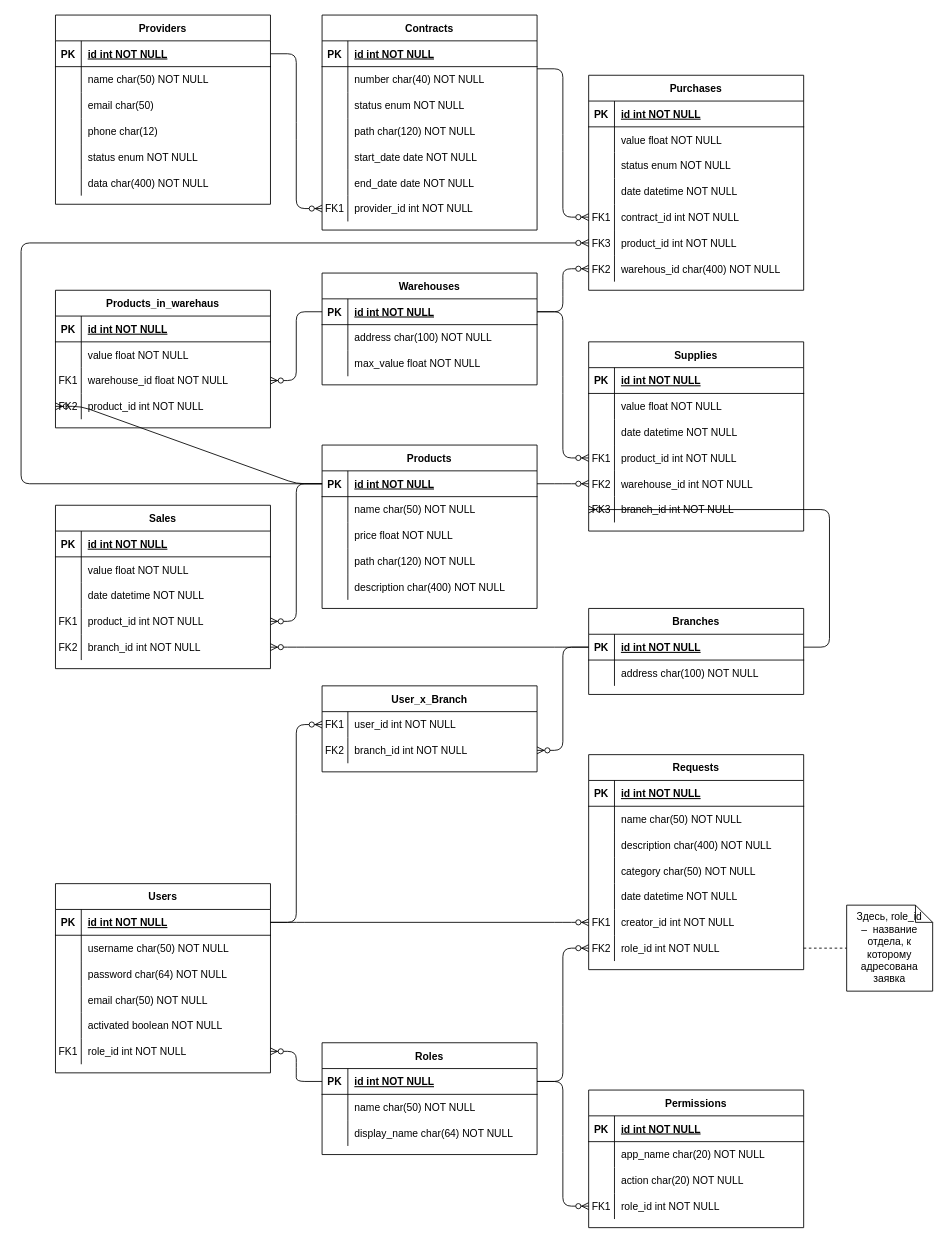
kzagorulko/flower-system keeps this draw.io diagram as artifacts/erd_v1.drawio. Above is the earlier version. Source tidied: cells renumbered, new cells numbered last; positions are measured from the earlier drawing's top-left corner, leaving out a move shared by most shapes. Both pictures are drawn from the tidied source at 86%, with x=0, y=0 at pixel (21, 15).
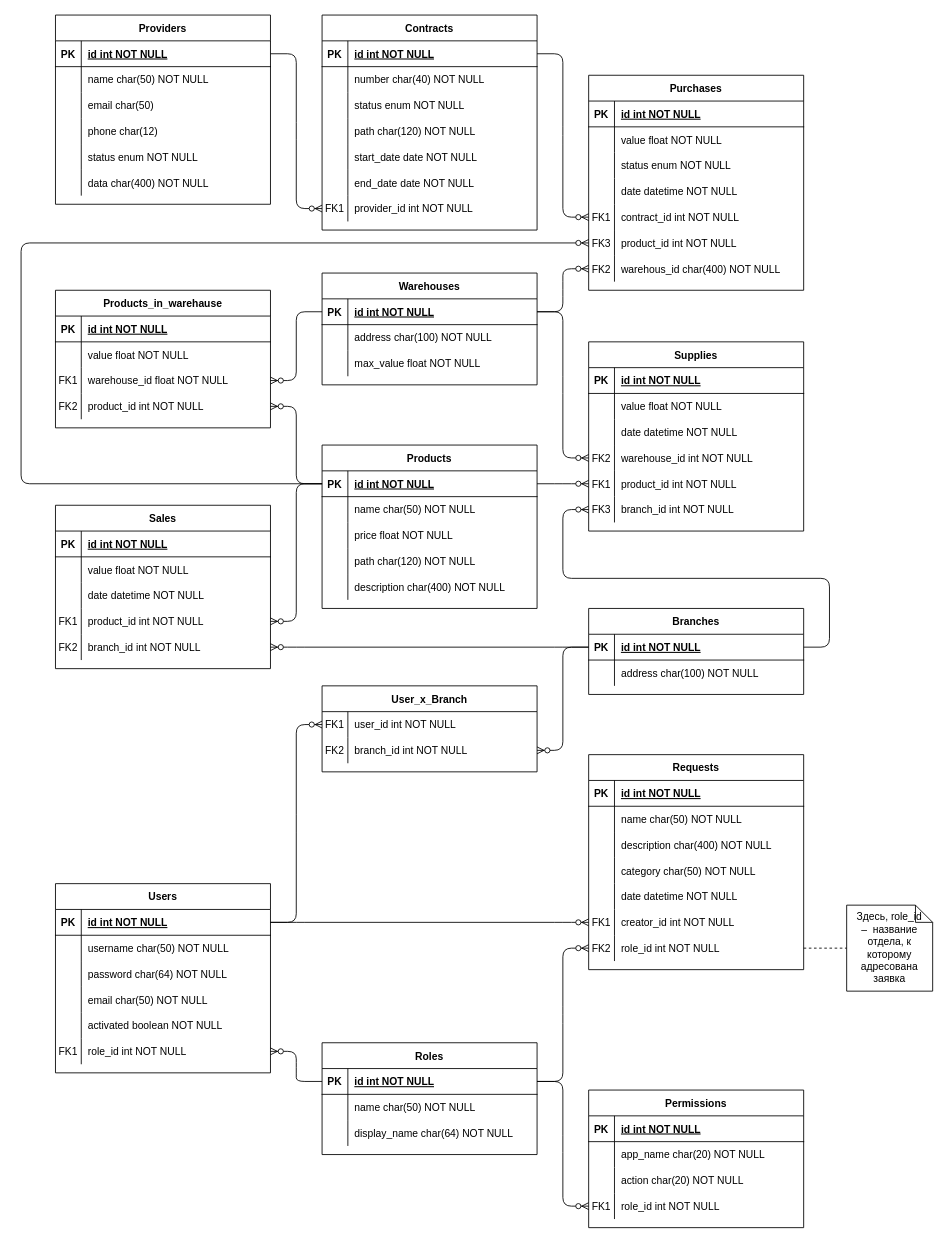
The same diagram, later.

The change refers to these unchanged cells:
```xml
<mxCell id="68" value="Contracts" style="shape=table;startSize=30;childLayout=tableLayout;rowLines=0;fontStyle=1;align=center;" parent="1" vertex="1">
  <mxGeometry x="350" width="250" height="250" as="geometry" />
</mxCell>
<mxCell id="69" style="shape=partialRectangle;fillColor=none;points=[[0,0.5],[1,0.5]];portConstraint=eastwest;top=0;left=0;right=0;bottom=1;" parent="68" vertex="1">
  <mxGeometry y="30" width="250" height="30" as="geometry" />
</mxCell>
<mxCell id="110" style="shape=partialRectangle;fillColor=none;points=[[0,0.5],[1,0.5]];portConstraint=eastwest;top=0;left=0;right=0;bottom=1;" parent="109" vertex="1">
  <mxGeometry y="30" width="250" height="30" as="geometry" />
</mxCell>
<mxCell id="126" style="shape=partialRectangle;fillColor=none;points=[[0,0.5],[1,0.5]];portConstraint=eastwest;top=0;left=0;right=0;bottom=1;" parent="125" vertex="1">
  <mxGeometry y="30" width="250" height="30" as="geometry" />
</mxCell>
<mxCell id="145" style="shape=partialRectangle;fillColor=none;points=[[0,0.5],[1,0.5]];portConstraint=eastwest;top=0;left=0;right=0;bottom=0;" parent="135" vertex="1">
  <mxGeometry y="120" width="250" height="30" as="geometry" />
</mxCell>
<mxCell id="149" style="shape=partialRectangle;fillColor=none;points=[[0,0.5],[1,0.5]];portConstraint=eastwest;top=0;left=0;right=0;bottom=1;" parent="148" vertex="1">
  <mxGeometry y="30" width="250" height="30" as="geometry" />
</mxCell>
<mxCell id="173" value="Supplies" style="shape=table;startSize=30;childLayout=tableLayout;rowLines=0;fontStyle=1;align=center;" parent="1" vertex="1">
  <mxGeometry x="660" y="380" width="250" height="220" as="geometry" />
</mxCell>
<mxCell id="189" style="shape=partialRectangle;fillColor=none;points=[[0,0.5],[1,0.5]];portConstraint=eastwest;top=0;left=0;right=0;bottom=0;" parent="173" vertex="1">
  <mxGeometry y="180" width="250" height="30" as="geometry" />
</mxCell>
<mxCell id="205" style="shape=partialRectangle;fillColor=none;points=[[0,0.5],[1,0.5]];portConstraint=eastwest;top=0;left=0;right=0;bottom=0;" parent="192" vertex="1">
  <mxGeometry y="150" width="250" height="30" as="geometry" />
</mxCell>
```

Change to the diagram source:
```diff
@@
-    <mxCell id="51" style="edgeStyle=entityRelationEdgeStyle;fontSize=12;html=1;endArrow=ERzeroToMany;endFill=1;entryX=0;entryY=0.5;entryDx=0;entryDy=0;exitX=1;exitY=0.25;exitDx=0;exitDy=0;" parent="1" edge="1" source="68" target="205">
+    <mxCell id="51" style="edgeStyle=entityRelationEdgeStyle;fontSize=12;html=1;endArrow=ERzeroToMany;endFill=1;entryX=0;entryY=0.5;entryDx=0;entryDy=0;" parent="1" edge="1" source="69" target="205">
       <mxGeometry relative="1" as="geometry" />
     </mxCell>
@@
-    <mxCell id="54" style="edgeStyle=entityRelationEdgeStyle;fontSize=12;html=1;endArrow=ERzeroToMany;endFill=1;entryX=0;entryY=0.5;entryDx=0;entryDy=0;" parent="1" edge="1" source="110" target="145">
+    <mxCell id="54" style="edgeStyle=entityRelationEdgeStyle;fontSize=12;html=1;endArrow=ERzeroToMany;endFill=1;" parent="1" edge="1" source="110" target="145">
       <mxGeometry relative="1" as="geometry" />
     </mxCell>
@@
-    <mxCell id="65" style="edgeStyle=entityRelationEdgeStyle;fontSize=12;html=1;endArrow=ERzeroToMany;endFill=1;entryX=0;entryY=0.5;entryDx=0;entryDy=0;" parent="1" edge="1" source="149" target="189">
-      <mxGeometry relative="1" as="geometry" />
+    <mxCell id="65" style="edgeStyle=entityRelationEdgeStyle;fontSize=12;html=1;endArrow=ERzeroToMany;endFill=1;" parent="1" edge="1" source="149">
+      <mxGeometry relative="1" as="geometry">
+        <mxPoint x="660" y="575" as="targetPoint" />
+      </mxGeometry>
     </mxCell>
-    <mxCell id="66" style="edgeStyle=entityRelationEdgeStyle;fontSize=12;html=1;endArrow=ERzeroToMany;endFill=1;exitX=1;exitY=0.5;exitDx=0;exitDy=0;entryX=0;entryY=0.5;entryDx=0;entryDy=0;" parent="1" edge="1" source="110" target="186">
+    <mxCell id="66" style="edgeStyle=entityRelationEdgeStyle;fontSize=12;html=1;endArrow=ERzeroToMany;endFill=1;exitX=1;exitY=0.5;exitDx=0;exitDy=0;" parent="1" edge="1" source="110" target="183">
       <mxGeometry relative="1" as="geometry" />
     </mxCell>
-    <mxCell id="67" style="edgeStyle=entityRelationEdgeStyle;fontSize=12;html=1;endArrow=ERzeroToMany;endFill=1;entryX=0;entryY=0.5;entryDx=0;entryDy=0;exitX=1;exitY=0.5;exitDx=0;exitDy=0;" parent="1" edge="1" source="126" target="183">
+    <mxCell id="67" style="edgeStyle=entityRelationEdgeStyle;fontSize=12;html=1;endArrow=ERzeroToMany;endFill=1;exitX=1;exitY=0.5;exitDx=0;exitDy=0;" parent="1" edge="1" source="126" target="186">
       <mxGeometry relative="1" as="geometry" />
     </mxCell>
@@
-    <mxCell id="135" value="Products_in_warehaus" style="shape=table;startSize=30;childLayout=tableLayout;rowLines=0;fontStyle=1;align=center;" parent="1" vertex="1">
+    <mxCell id="135" value="Products_in_warehause" style="shape=table;startSize=30;childLayout=tableLayout;rowLines=0;fontStyle=1;align=center;" parent="1" vertex="1">
       <mxGeometry x="40" y="320" width="250" height="160" as="geometry" />
     </mxCell>
@@
+    <mxCell id="186" style="shape=partialRectangle;fillColor=none;points=[[0,0.5],[1,0.5]];portConstraint=eastwest;top=0;left=0;right=0;bottom=0;" parent="173" vertex="1">
+      <mxGeometry y="120" width="250" height="30" as="geometry" />
+    </mxCell>
+    <mxCell id="187" value="FK2" style="shape=partialRectangle;overflow=hidden;fillColor=none;top=0;left=0;bottom=0;right=0;" parent="186" vertex="1">
+      <mxGeometry width="30" height="30" as="geometry" />
+    </mxCell>
+    <mxCell id="188" value="warehouse_id int NOT NULL" style="shape=partialRectangle;overflow=hidden;fillColor=none;top=0;left=0;bottom=0;right=0;align=left;spacingLeft=6;" parent="186" vertex="1">
+      <mxGeometry x="30" width="220" height="30" as="geometry" />
+    </mxCell>
     <mxCell id="183" style="shape=partialRectangle;fillColor=none;points=[[0,0.5],[1,0.5]];portConstraint=eastwest;top=0;left=0;right=0;bottom=0;" parent="173" vertex="1">
-      <mxGeometry y="120" width="250" height="30" as="geometry" />
+      <mxGeometry y="150" width="250" height="30" as="geometry" />
     </mxCell>
@@
-    <mxCell id="186" style="shape=partialRectangle;fillColor=none;points=[[0,0.5],[1,0.5]];portConstraint=eastwest;top=0;left=0;right=0;bottom=0;" parent="173" vertex="1">
-      <mxGeometry y="150" width="250" height="30" as="geometry" />
-    </mxCell>
-    <mxCell id="187" value="FK2" style="shape=partialRectangle;overflow=hidden;fillColor=none;top=0;left=0;bottom=0;right=0;" parent="186" vertex="1">
-      <mxGeometry width="30" height="30" as="geometry" />
-    </mxCell>
-    <mxCell id="188" value="warehouse_id int NOT NULL" style="shape=partialRectangle;overflow=hidden;fillColor=none;top=0;left=0;bottom=0;right=0;align=left;spacingLeft=6;" parent="186" vertex="1">
-      <mxGeometry x="30" width="220" height="30" as="geometry" />
-    </mxCell>
```
